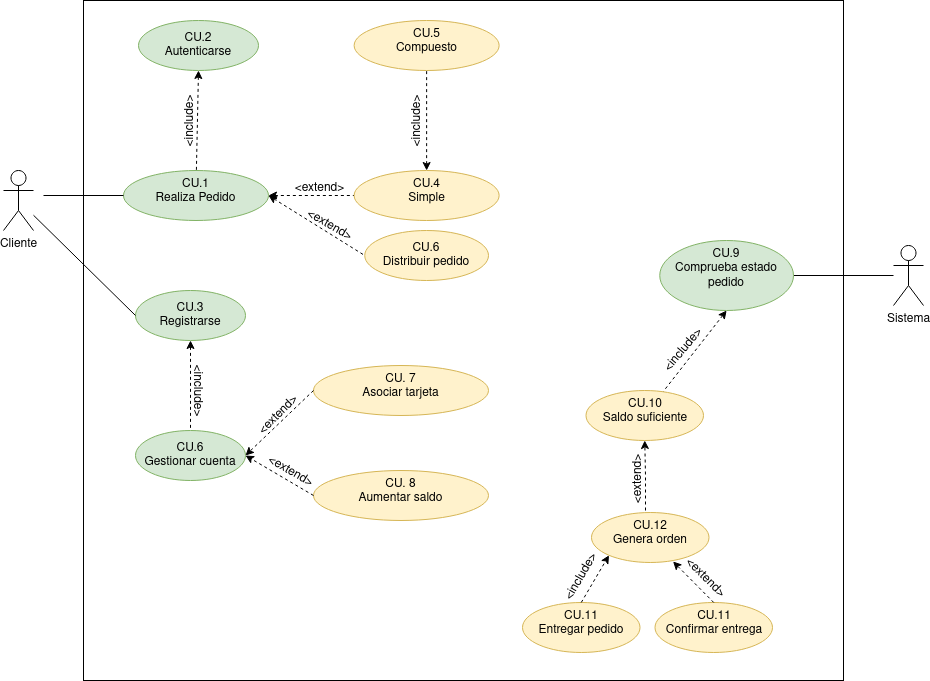
This is Tareas/casosUso/Tarea5-Tienda Virtual/TiendaVirtual.drawio.png from colidom/ets, a draw.io export, as it was before one commit. Source tidied: cells renumbered, new cells last; positions are measured from the earlier drawing's top-left corner, leaving out a move shared by most shapes.
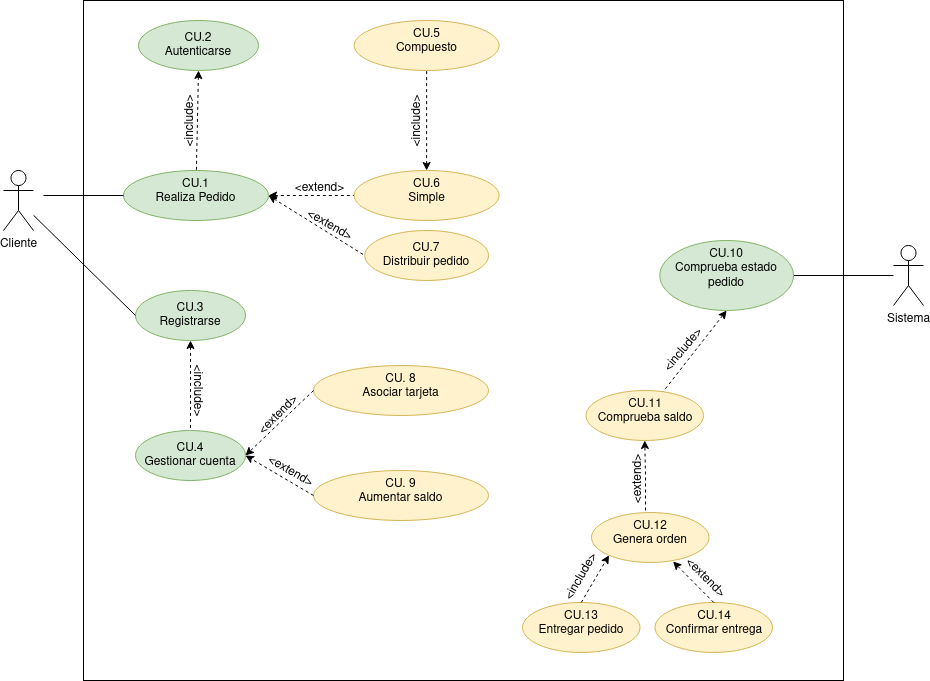
The same diagram one commit later.

Diff of the diagram source:
```diff
@@ -16,7 +16,7 @@
     <mxCell id="5" value="&lt;div&gt;CU.1&lt;/div&gt;&lt;div&gt;Realiza Pedido&lt;/div&gt;" style="ellipse;whiteSpace=wrap;html=1;verticalAlign=top;fillColor=#d5e8d4;strokeColor=#82b366;" parent="1" vertex="1">
       <mxGeometry x="120" y="170" width="145" height="50" as="geometry" />
     </mxCell>
-    <mxCell id="6" value="&lt;div&gt;CU. 7&lt;/div&gt;&lt;div&gt;Asociar tarjeta&lt;/div&gt;" style="ellipse;whiteSpace=wrap;html=1;verticalAlign=top;fillColor=#fff2cc;strokeColor=#d6b656;" parent="1" vertex="1">
+    <mxCell id="6" value="&lt;div&gt;CU. 8&lt;br&gt;&lt;/div&gt;&lt;div&gt;Asociar tarjeta&lt;/div&gt;" style="ellipse;whiteSpace=wrap;html=1;verticalAlign=top;fillColor=#fff2cc;strokeColor=#d6b656;" parent="1" vertex="1">
       <mxGeometry x="310" y="365" width="175" height="50" as="geometry" />
     </mxCell>
     <mxCell id="7" value="Cliente" style="shape=umlActor;verticalLabelPosition=bottom;verticalAlign=top;html=1;outlineConnect=0;" parent="1" vertex="1">
@@ -51,7 +51,7 @@
         <mxPoint x="40" y="195" as="sourcePoint" />
       </mxGeometry>
     </mxCell>
-    <mxCell id="17" value="&lt;div&gt;CU.4&lt;/div&gt;&lt;div&gt;Simple&lt;/div&gt;" style="ellipse;whiteSpace=wrap;html=1;verticalAlign=top;fillColor=#fff2cc;strokeColor=#d6b656;" parent="1" vertex="1">
+    <mxCell id="17" value="&lt;div&gt;CU.6&lt;/div&gt;&lt;div&gt;Simple&lt;/div&gt;" style="ellipse;whiteSpace=wrap;html=1;verticalAlign=top;fillColor=#fff2cc;strokeColor=#d6b656;" parent="1" vertex="1">
       <mxGeometry x="350.6" y="170" width="145" height="50" as="geometry" />
     </mxCell>
     <mxCell id="18" value="&lt;div&gt;CU.5&lt;/div&gt;&lt;div&gt;Compuesto&lt;/div&gt;" style="ellipse;whiteSpace=wrap;html=1;verticalAlign=top;fillColor=#fff2cc;strokeColor=#d6b656;" parent="1" vertex="1">
@@ -63,7 +63,7 @@
     <mxCell id="20" value="&amp;lt;extend&amp;gt;" style="text;html=1;align=center;verticalAlign=middle;strokeColor=none;fillColor=none;rotation=0;" parent="1" vertex="1">
       <mxGeometry x="280.6" y="173" width="70" height="30" as="geometry" />
     </mxCell>
-    <mxCell id="21" value="&lt;div&gt;CU.6&lt;/div&gt;&lt;div&gt;Gestionar cuenta&lt;/div&gt;" style="ellipse;whiteSpace=wrap;html=1;fillColor=#d5e8d4;strokeColor=#82b366;" parent="1" vertex="1">
+    <mxCell id="21" value="&lt;div&gt;CU.4&lt;/div&gt;&lt;div&gt;Gestionar cuenta&lt;/div&gt;" style="ellipse;whiteSpace=wrap;html=1;fillColor=#d5e8d4;strokeColor=#82b366;" parent="1" vertex="1">
       <mxGeometry x="132" y="430" width="110" height="50" as="geometry" />
     </mxCell>
     <mxCell id="22" value="&amp;lt;include&amp;gt;" style="text;html=1;align=center;verticalAlign=middle;strokeColor=none;fillColor=none;rotation=90;" parent="1" vertex="1">
@@ -72,7 +72,7 @@
     <mxCell id="23" style="endArrow=classic;html=1;rounded=0;dashed=1;entryX=1;entryY=0.5;entryDx=0;entryDy=0;exitX=0;exitY=0.5;exitDx=0;exitDy=0;" parent="1" edge="1" source="6" target="21">
       <mxGeometry relative="1" as="geometry" />
     </mxCell>
-    <mxCell id="24" value="&lt;div&gt;CU. 8&lt;/div&gt;&lt;div&gt;Aumentar saldo&lt;/div&gt;" style="ellipse;whiteSpace=wrap;html=1;verticalAlign=top;fillColor=#fff2cc;strokeColor=#d6b656;" parent="1" vertex="1">
+    <mxCell id="24" value="&lt;div&gt;CU. 9&lt;br&gt;&lt;/div&gt;&lt;div&gt;Aumentar saldo&lt;/div&gt;" style="ellipse;whiteSpace=wrap;html=1;verticalAlign=top;fillColor=#fff2cc;strokeColor=#d6b656;" parent="1" vertex="1">
       <mxGeometry x="310" y="470" width="175" height="50" as="geometry" />
     </mxCell>
     <mxCell id="25" style="endArrow=classic;html=1;rounded=0;dashed=1;entryX=1;entryY=0.5;entryDx=0;entryDy=0;exitX=0;exitY=0.5;exitDx=0;exitDy=0;" parent="1" edge="1" source="24" target="21">
@@ -87,13 +87,13 @@
     <mxCell id="28" style="edgeStyle=none;rounded=0;jettySize=auto;html=1;dashed=1;startArrow=classic;startFill=1;endArrow=none;endFill=0;exitX=0.5;exitY=1;exitDx=0;exitDy=0;" parent="1" edge="1" source="29" target="30">
       <mxGeometry relative="1" as="geometry" />
     </mxCell>
-    <mxCell id="29" value="CU.9&lt;br&gt;Comprueba estado pedido" style="ellipse;whiteSpace=wrap;html=1;verticalAlign=top;fillColor=#d5e8d4;strokeColor=#82b366;" parent="1" vertex="1">
+    <mxCell id="29" value="CU.10&lt;br&gt;Comprueba estado pedido" style="ellipse;whiteSpace=wrap;html=1;verticalAlign=top;fillColor=#d5e8d4;strokeColor=#82b366;" parent="1" vertex="1">
       <mxGeometry x="656.2" y="240" width="133.8" height="70" as="geometry" />
     </mxCell>
-    <mxCell id="30" value="CU.10&lt;br&gt;Saldo suficiente" style="ellipse;whiteSpace=wrap;html=1;verticalAlign=top;fillColor=#fff2cc;strokeColor=#d6b656;" parent="1" vertex="1">
+    <mxCell id="30" value="CU.11&lt;br&gt;Comprueba saldo" style="ellipse;whiteSpace=wrap;html=1;verticalAlign=top;fillColor=#fff2cc;strokeColor=#d6b656;" parent="1" vertex="1">
       <mxGeometry x="582.5" y="390" width="117.5" height="50" as="geometry" />
     </mxCell>
-    <mxCell id="31" value="CU.11&lt;br&gt;Entregar pedido" style="ellipse;whiteSpace=wrap;html=1;verticalAlign=top;fillColor=#fff2cc;strokeColor=#d6b656;" parent="1" vertex="1">
+    <mxCell id="31" value="CU.13&lt;br&gt;Entregar pedido" style="ellipse;whiteSpace=wrap;html=1;verticalAlign=top;fillColor=#fff2cc;strokeColor=#d6b656;" parent="1" vertex="1">
       <mxGeometry x="519" y="602" width="117.5" height="50" as="geometry" />
     </mxCell>
     <mxCell id="32" style="endArrow=classic;html=1;rounded=0;exitX=0.5;exitY=0;exitDx=0;exitDy=0;dashed=1;entryX=0;entryY=1;entryDx=0;entryDy=0;" parent="1" edge="1" source="31" target="38">
@@ -105,7 +105,7 @@
     <mxCell id="34" value="&amp;lt;extend&amp;gt;" style="text;html=1;align=center;verticalAlign=middle;strokeColor=none;fillColor=none;rotation=45;" parent="1" vertex="1">
       <mxGeometry x="666.5" y="562" width="70" height="30" as="geometry" />
     </mxCell>
-    <mxCell id="35" value="CU.6&lt;br&gt;Distribuir pedido" style="ellipse;whiteSpace=wrap;html=1;fillColor=#fff2cc;strokeColor=#d6b656;" parent="1" vertex="1">
+    <mxCell id="35" value="CU.7&lt;br&gt;Distribuir pedido" style="ellipse;whiteSpace=wrap;html=1;fillColor=#fff2cc;strokeColor=#d6b656;" parent="1" vertex="1">
       <mxGeometry x="361.2" y="230" width="123.8" height="50" as="geometry" />
     </mxCell>
     <mxCell id="36" value="&amp;lt;extend&amp;gt;" style="text;html=1;align=center;verticalAlign=middle;strokeColor=none;fillColor=none;rotation=30;" parent="1" vertex="1">
@@ -128,7 +128,7 @@
     <mxCell id="41" value="&amp;lt;extend&amp;gt;" style="text;html=1;align=center;verticalAlign=middle;strokeColor=none;fillColor=none;rotation=-90;" parent="1" vertex="1">
       <mxGeometry x="600" y="464" width="70" height="30" as="geometry" />
     </mxCell>
-    <mxCell id="42" value="&lt;div&gt;CU.11&lt;/div&gt;&lt;div&gt;Confirmar entrega&lt;br&gt;&lt;/div&gt;" style="ellipse;whiteSpace=wrap;html=1;verticalAlign=top;fillColor=#fff2cc;strokeColor=#d6b656;" parent="1" vertex="1">
+    <mxCell id="42" value="&lt;div&gt;CU.14&lt;/div&gt;&lt;div&gt;Confirmar entrega&lt;br&gt;&lt;/div&gt;" style="ellipse;whiteSpace=wrap;html=1;verticalAlign=top;fillColor=#fff2cc;strokeColor=#d6b656;" parent="1" vertex="1">
       <mxGeometry x="651.5" y="602" width="117.5" height="50" as="geometry" />
     </mxCell>
     <mxCell id="43" style="endArrow=classic;html=1;rounded=0;exitX=0.5;exitY=0;exitDx=0;exitDy=0;dashed=1;entryX=0.694;entryY=0.98;entryDx=0;entryDy=0;entryPerimeter=0;" parent="1" edge="1" source="42" target="38">
```
